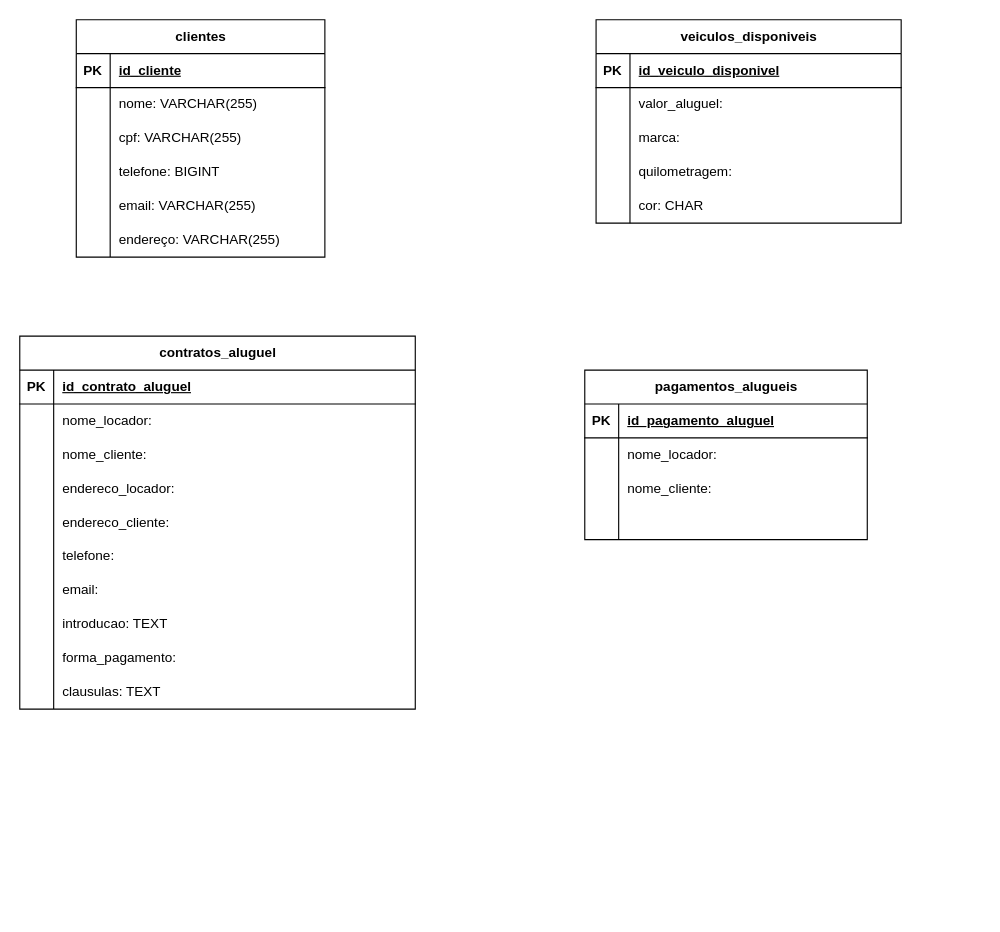
Before: Atividade Prática - Sistema de Locadora de Veículos.drawio in RenanSMA/3-Semestre, a draw.io diagram. Source tidied: cells renumbered, new cells numbered last; positions are measured from the earlier drawing's top-left corner, leaving out a move shared by most shapes. Both pictures are drawn from the tidied source at 113%, with x=0, y=0 at pixel (19, 19).
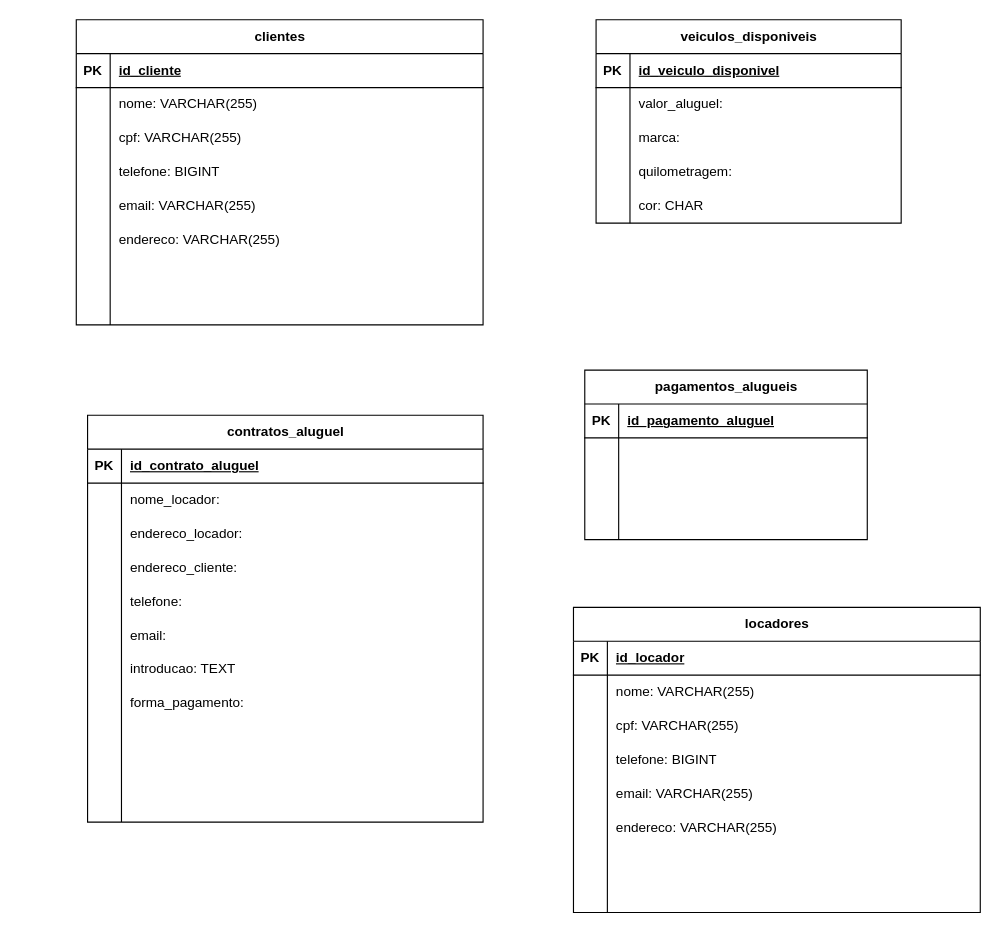
Above is the later version.

The change refers to these unchanged cells:
```xml
<mxCell id="72" style="shape=tableRow;horizontal=0;startSize=0;swimlaneHead=0;swimlaneBody=0;fillColor=none;top=0;left=0;right=0;bottom=0;" parent="68" vertex="1">
  <mxGeometry y="60" width="250" height="30" as="geometry" />
</mxCell>
<mxCell id="75" style="shape=tableRow;horizontal=0;startSize=0;swimlaneHead=0;swimlaneBody=0;fillColor=none;top=0;left=0;right=0;bottom=0;" parent="68" vertex="1">
  <mxGeometry y="90" width="250" height="30" as="geometry" />
</mxCell>
```

Change to the diagram source:
```diff
@@
     <mxCell id="2" value="clientes" style="shape=table;startSize=30;childLayout=tableLayout;rowLines=0;fontStyle=1;align=center;html=1;" parent="1" vertex="1">
-      <mxGeometry x="50" width="220" height="210" as="geometry" />
+      <mxGeometry x="50" width="360" height="270" as="geometry" />
     </mxCell>
     <mxCell id="3" style="shape=tableRow;horizontal=0;startSize=0;swimlaneHead=0;swimlaneBody=0;fillColor=none;top=0;left=0;right=0;bottom=1;" parent="2" vertex="1">
-      <mxGeometry y="30" width="220" height="30" as="geometry" />
+      <mxGeometry y="30" width="360" height="30" as="geometry" />
     </mxCell>
@@
     <mxCell id="5" value="id_cliente" style="shape=partialRectangle;fillColor=none;top=0;left=0;bottom=0;right=0;align=left;spacingLeft=6;fontStyle=5;overflow=hidden;whiteSpace=wrap;html=1;" parent="3" vertex="1">
-      <mxGeometry x="30" width="190" height="30" as="geometry" />
+      <mxGeometry x="30" width="330" height="30" as="geometry" />
     </mxCell>
     <mxCell id="6" style="shape=tableRow;horizontal=0;startSize=0;swimlaneHead=0;swimlaneBody=0;fillColor=none;top=0;left=0;right=0;bottom=0;" parent="2" vertex="1">
-      <mxGeometry y="60" width="220" height="30" as="geometry" />
+      <mxGeometry y="60" width="360" height="30" as="geometry" />
     </mxCell>
@@
     <mxCell id="8" value="nome: VARCHAR(255)" style="shape=partialRectangle;fillColor=none;top=0;left=0;bottom=0;right=0;align=left;spacingLeft=6;overflow=hidden;whiteSpace=wrap;html=1;" parent="6" vertex="1">
-      <mxGeometry x="30" width="190" height="30" as="geometry" />
+      <mxGeometry x="30" width="330" height="30" as="geometry" />
     </mxCell>
     <mxCell id="9" style="shape=tableRow;horizontal=0;startSize=0;swimlaneHead=0;swimlaneBody=0;fillColor=none;top=0;left=0;right=0;bottom=0;" parent="2" vertex="1">
-      <mxGeometry y="90" width="220" height="30" as="geometry" />
+      <mxGeometry y="90" width="360" height="30" as="geometry" />
     </mxCell>
@@
     <mxCell id="11" value="cpf: VARCHAR(255)" style="shape=partialRectangle;fillColor=none;top=0;left=0;bottom=0;right=0;align=left;spacingLeft=6;overflow=hidden;whiteSpace=wrap;html=1;" parent="9" vertex="1">
-      <mxGeometry x="30" width="190" height="30" as="geometry" />
+      <mxGeometry x="30" width="330" height="30" as="geometry" />
     </mxCell>
     <mxCell id="12" style="shape=tableRow;horizontal=0;startSize=0;swimlaneHead=0;swimlaneBody=0;fillColor=none;top=0;left=0;right=0;bottom=0;" parent="2" vertex="1">
-      <mxGeometry y="120" width="220" height="30" as="geometry" />
+      <mxGeometry y="120" width="360" height="30" as="geometry" />
     </mxCell>
@@
     <mxCell id="14" value="telefone: BIGINT" style="shape=partialRectangle;fillColor=none;top=0;left=0;bottom=0;right=0;align=left;spacingLeft=6;overflow=hidden;whiteSpace=wrap;html=1;" parent="12" vertex="1">
-      <mxGeometry x="30" width="190" height="30" as="geometry" />
+      <mxGeometry x="30" width="330" height="30" as="geometry" />
     </mxCell>
     <mxCell id="15" style="shape=tableRow;horizontal=0;startSize=0;swimlaneHead=0;swimlaneBody=0;fillColor=none;top=0;left=0;right=0;bottom=0;" parent="2" vertex="1">
-      <mxGeometry y="150" width="220" height="30" as="geometry" />
+      <mxGeometry y="150" width="360" height="30" as="geometry" />
     </mxCell>
@@
     <mxCell id="17" value="email: VARCHAR(255)" style="shape=partialRectangle;fillColor=none;top=0;left=0;bottom=0;right=0;align=left;spacingLeft=6;overflow=hidden;whiteSpace=wrap;html=1;" parent="15" vertex="1">
-      <mxGeometry x="30" width="190" height="30" as="geometry" />
+      <mxGeometry x="30" width="330" height="30" as="geometry" />
     </mxCell>
     <mxCell id="18" style="shape=tableRow;horizontal=0;startSize=0;swimlaneHead=0;swimlaneBody=0;fillColor=none;top=0;left=0;right=0;bottom=0;" parent="2" vertex="1">
-      <mxGeometry y="180" width="220" height="30" as="geometry" />
+      <mxGeometry y="180" width="360" height="30" as="geometry" />
     </mxCell>
@@
-    <mxCell id="20" value="endereço: VARCHAR(255)" style="shape=partialRectangle;fillColor=none;top=0;left=0;bottom=0;right=0;align=left;spacingLeft=6;overflow=hidden;whiteSpace=wrap;html=1;" parent="18" vertex="1">
-      <mxGeometry x="30" width="190" height="30" as="geometry" />
+    <mxCell id="20" value="endereco: VARCHAR(255)" style="shape=partialRectangle;fillColor=none;top=0;left=0;bottom=0;right=0;align=left;spacingLeft=6;overflow=hidden;whiteSpace=wrap;html=1;" parent="18" vertex="1">
+      <mxGeometry x="30" width="330" height="30" as="geometry" />
     </mxCell>
+    <mxCell id="81" style="shape=tableRow;horizontal=0;startSize=0;swimlaneHead=0;swimlaneBody=0;fillColor=none;top=0;left=0;right=0;bottom=0;" parent="2" vertex="1">
+      <mxGeometry y="210" width="360" height="30" as="geometry" />
+    </mxCell>
+    <mxCell id="82" style="shape=partialRectangle;fillColor=none;top=0;left=0;bottom=0;right=0;overflow=hidden;whiteSpace=wrap;html=1;" parent="81" vertex="1">
+      <mxGeometry width="30" height="30" as="geometry" />
+    </mxCell>
+    <mxCell id="83" style="shape=partialRectangle;fillColor=none;top=0;left=0;bottom=0;right=0;align=left;spacingLeft=6;overflow=hidden;whiteSpace=wrap;html=1;" parent="81" vertex="1">
+      <mxGeometry x="30" width="330" height="30" as="geometry" />
+    </mxCell>
+    <mxCell id="84" style="shape=tableRow;horizontal=0;startSize=0;swimlaneHead=0;swimlaneBody=0;fillColor=none;top=0;left=0;right=0;bottom=0;" parent="2" vertex="1">
+      <mxGeometry y="240" width="360" height="30" as="geometry" />
+    </mxCell>
+    <mxCell id="85" style="shape=partialRectangle;fillColor=none;top=0;left=0;bottom=0;right=0;overflow=hidden;whiteSpace=wrap;html=1;" parent="84" vertex="1">
+      <mxGeometry width="30" height="30" as="geometry" />
+    </mxCell>
+    <mxCell id="86" style="shape=partialRectangle;fillColor=none;top=0;left=0;bottom=0;right=0;align=left;spacingLeft=6;overflow=hidden;whiteSpace=wrap;html=1;" parent="84" vertex="1">
+      <mxGeometry x="30" width="330" height="30" as="geometry" />
+    </mxCell>
@@
     <mxCell id="37" value="contratos_aluguel" style="shape=table;startSize=30;childLayout=tableLayout;rowLines=0;fontStyle=1;align=center;html=1;" parent="1" vertex="1">
-      <mxGeometry y="280" width="350" height="330" as="geometry" />
+      <mxGeometry x="60" y="350" width="350" height="360" as="geometry" />
     </mxCell>
@@
-    <mxCell id="44" style="shape=tableRow;horizontal=0;startSize=0;swimlaneHead=0;swimlaneBody=0;fillColor=none;top=0;left=0;right=0;bottom=0;" parent="37" vertex="1">
-      <mxGeometry y="90" width="350" height="30" as="geometry" />
-    </mxCell>
-    <mxCell id="45" style="shape=partialRectangle;fillColor=none;top=0;left=0;bottom=0;right=0;overflow=hidden;whiteSpace=wrap;html=1;" parent="44" vertex="1">
-      <mxGeometry width="30" height="30" as="geometry" />
-    </mxCell>
-    <mxCell id="46" value="nome_cliente:" style="shape=partialRectangle;fillColor=none;top=0;left=0;bottom=0;right=0;align=left;spacingLeft=6;overflow=hidden;whiteSpace=wrap;html=1;" parent="44" vertex="1">
-      <mxGeometry x="30" width="320" height="30" as="geometry" />
-    </mxCell>
     <mxCell id="47" style="shape=tableRow;horizontal=0;startSize=0;swimlaneHead=0;swimlaneBody=0;fillColor=none;top=0;left=0;right=0;bottom=0;" parent="37" vertex="1">
-      <mxGeometry y="120" width="350" height="30" as="geometry" />
+      <mxGeometry y="90" width="350" height="30" as="geometry" />
     </mxCell>
@@
     <mxCell id="50" style="shape=tableRow;horizontal=0;startSize=0;swimlaneHead=0;swimlaneBody=0;fillColor=none;top=0;left=0;right=0;bottom=0;" parent="37" vertex="1">
-      <mxGeometry y="150" width="350" height="30" as="geometry" />
+      <mxGeometry y="120" width="350" height="30" as="geometry" />
     </mxCell>
@@
     <mxCell id="53" style="shape=tableRow;horizontal=0;startSize=0;swimlaneHead=0;swimlaneBody=0;fillColor=none;top=0;left=0;right=0;bottom=0;" parent="37" vertex="1">
-      <mxGeometry y="180" width="350" height="30" as="geometry" />
+      <mxGeometry y="150" width="350" height="30" as="geometry" />
     </mxCell>
@@
     <mxCell id="56" style="shape=tableRow;horizontal=0;startSize=0;swimlaneHead=0;swimlaneBody=0;fillColor=none;top=0;left=0;right=0;bottom=0;" parent="37" vertex="1">
-      <mxGeometry y="210" width="350" height="30" as="geometry" />
+      <mxGeometry y="180" width="350" height="30" as="geometry" />
     </mxCell>
@@
     <mxCell id="59" style="shape=tableRow;horizontal=0;startSize=0;swimlaneHead=0;swimlaneBody=0;fillColor=none;top=0;left=0;right=0;bottom=0;" parent="37" vertex="1">
-      <mxGeometry y="240" width="350" height="30" as="geometry" />
+      <mxGeometry y="210" width="350" height="30" as="geometry" />
     </mxCell>
@@
     <mxCell id="62" style="shape=tableRow;horizontal=0;startSize=0;swimlaneHead=0;swimlaneBody=0;fillColor=none;top=0;left=0;right=0;bottom=0;" parent="37" vertex="1">
-      <mxGeometry y="270" width="350" height="30" as="geometry" />
+      <mxGeometry y="240" width="350" height="30" as="geometry" />
     </mxCell>
@@
     <mxCell id="65" style="shape=tableRow;horizontal=0;startSize=0;swimlaneHead=0;swimlaneBody=0;fillColor=none;top=0;left=0;right=0;bottom=0;" parent="37" vertex="1">
-      <mxGeometry y="300" width="350" height="30" as="geometry" />
+      <mxGeometry y="270" width="350" height="30" as="geometry" />
     </mxCell>
@@
-    <mxCell id="67" value="clausulas: TEXT" style="shape=partialRectangle;fillColor=none;top=0;left=0;bottom=0;right=0;align=left;spacingLeft=6;overflow=hidden;whiteSpace=wrap;html=1;" parent="65" vertex="1">
+    <mxCell id="67" style="shape=partialRectangle;fillColor=none;top=0;left=0;bottom=0;right=0;align=left;spacingLeft=6;overflow=hidden;whiteSpace=wrap;html=1;" parent="65" vertex="1">
       <mxGeometry x="30" width="320" height="30" as="geometry" />
     </mxCell>
+    <mxCell id="87" style="shape=tableRow;horizontal=0;startSize=0;swimlaneHead=0;swimlaneBody=0;fillColor=none;top=0;left=0;right=0;bottom=0;" parent="37" vertex="1">
+      <mxGeometry y="300" width="350" height="30" as="geometry" />
+    </mxCell>
+    <mxCell id="88" style="shape=partialRectangle;fillColor=none;top=0;left=0;bottom=0;right=0;overflow=hidden;whiteSpace=wrap;html=1;" parent="87" vertex="1">
+      <mxGeometry width="30" height="30" as="geometry" />
+    </mxCell>
+    <mxCell id="89" style="shape=partialRectangle;fillColor=none;top=0;left=0;bottom=0;right=0;align=left;spacingLeft=6;overflow=hidden;whiteSpace=wrap;html=1;" parent="87" vertex="1">
+      <mxGeometry x="30" width="320" height="30" as="geometry" />
+    </mxCell>
+    <mxCell id="90" style="shape=tableRow;horizontal=0;startSize=0;swimlaneHead=0;swimlaneBody=0;fillColor=none;top=0;left=0;right=0;bottom=0;" parent="37" vertex="1">
+      <mxGeometry y="330" width="350" height="30" as="geometry" />
+    </mxCell>
+    <mxCell id="91" style="shape=partialRectangle;fillColor=none;top=0;left=0;bottom=0;right=0;overflow=hidden;whiteSpace=wrap;html=1;" parent="90" vertex="1">
+      <mxGeometry width="30" height="30" as="geometry" />
+    </mxCell>
+    <mxCell id="92" style="shape=partialRectangle;fillColor=none;top=0;left=0;bottom=0;right=0;align=left;spacingLeft=6;overflow=hidden;whiteSpace=wrap;html=1;" parent="90" vertex="1">
+      <mxGeometry x="30" width="320" height="30" as="geometry" />
+    </mxCell>
@@
-    <mxCell id="74" value="nome_locador:" style="shape=partialRectangle;fillColor=none;top=0;left=0;bottom=0;right=0;align=left;spacingLeft=6;overflow=hidden;whiteSpace=wrap;html=1;" parent="72" vertex="1">
+    <mxCell id="74" style="shape=partialRectangle;fillColor=none;top=0;left=0;bottom=0;right=0;align=left;spacingLeft=6;overflow=hidden;whiteSpace=wrap;html=1;" parent="72" vertex="1">
       <mxGeometry x="30" width="220" height="30" as="geometry" />
     </mxCell>
@@
-    <mxCell id="77" value="nome_cliente:" style="shape=partialRectangle;fillColor=none;top=0;left=0;bottom=0;right=0;align=left;spacingLeft=6;overflow=hidden;whiteSpace=wrap;html=1;" parent="75" vertex="1">
+    <mxCell id="77" style="shape=partialRectangle;fillColor=none;top=0;left=0;bottom=0;right=0;align=left;spacingLeft=6;overflow=hidden;whiteSpace=wrap;html=1;" parent="75" vertex="1">
       <mxGeometry x="30" width="220" height="30" as="geometry" />
     </mxCell>
@@
+    <mxCell id="93" value="locadores" style="shape=table;startSize=30;childLayout=tableLayout;rowLines=0;fontStyle=1;align=center;html=1;" parent="1" vertex="1">
+      <mxGeometry x="490" y="520" width="360" height="270" as="geometry" />
+    </mxCell>
+    <mxCell id="94" style="shape=tableRow;horizontal=0;startSize=0;swimlaneHead=0;swimlaneBody=0;fillColor=none;top=0;left=0;right=0;bottom=1;" parent="93" vertex="1">
+      <mxGeometry y="30" width="360" height="30" as="geometry" />
+    </mxCell>
+    <mxCell id="95" value="PK" style="shape=partialRectangle;fillColor=none;top=0;left=0;bottom=0;right=0;fontStyle=1;overflow=hidden;whiteSpace=wrap;html=1;" parent="94" vertex="1">
+      <mxGeometry width="30" height="30" as="geometry" />
+    </mxCell>
+    <mxCell id="96" value="id_locador" style="shape=partialRectangle;fillColor=none;top=0;left=0;bottom=0;right=0;align=left;spacingLeft=6;fontStyle=5;overflow=hidden;whiteSpace=wrap;html=1;" parent="94" vertex="1">
+      <mxGeometry x="30" width="330" height="30" as="geometry" />
+    </mxCell>
+    <mxCell id="97" style="shape=tableRow;horizontal=0;startSize=0;swimlaneHead=0;swimlaneBody=0;fillColor=none;top=0;left=0;right=0;bottom=0;" parent="93" vertex="1">
+      <mxGeometry y="60" width="360" height="30" as="geometry" />
+    </mxCell>
+    <mxCell id="98" style="shape=partialRectangle;fillColor=none;top=0;left=0;bottom=0;right=0;overflow=hidden;whiteSpace=wrap;html=1;" parent="97" vertex="1">
+      <mxGeometry width="30" height="30" as="geometry" />
+    </mxCell>
+    <mxCell id="99" value="nome: VARCHAR(255)" style="shape=partialRectangle;fillColor=none;top=0;left=0;bottom=0;right=0;align=left;spacingLeft=6;overflow=hidden;whiteSpace=wrap;html=1;" parent="97" vertex="1">
+      <mxGeometry x="30" width="330" height="30" as="geometry" />
+    </mxCell>
+    <mxCell id="100" style="shape=tableRow;horizontal=0;startSize=0;swimlaneHead=0;swimlaneBody=0;fillColor=none;top=0;left=0;right=0;bottom=0;" parent="93" vertex="1">
+      <mxGeometry y="90" width="360" height="30" as="geometry" />
+    </mxCell>
+    <mxCell id="101" style="shape=partialRectangle;fillColor=none;top=0;left=0;bottom=0;right=0;overflow=hidden;whiteSpace=wrap;html=1;" parent="100" vertex="1">
+      <mxGeometry width="30" height="30" as="geometry" />
+    </mxCell>
+    <mxCell id="102" value="cpf: VARCHAR(255)" style="shape=partialRectangle;fillColor=none;top=0;left=0;bottom=0;right=0;align=left;spacingLeft=6;overflow=hidden;whiteSpace=wrap;html=1;" parent="100" vertex="1">
+      <mxGeometry x="30" width="330" height="30" as="geometry" />
+    </mxCell>
+    <mxCell id="103" style="shape=tableRow;horizontal=0;startSize=0;swimlaneHead=0;swimlaneBody=0;fillColor=none;top=0;left=0;right=0;bottom=0;" parent="93" vertex="1">
+      <mxGeometry y="120" width="360" height="30" as="geometry" />
+    </mxCell>
+    <mxCell id="104" style="shape=partialRectangle;fillColor=none;top=0;left=0;bottom=0;right=0;overflow=hidden;whiteSpace=wrap;html=1;" parent="103" vertex="1">
+      <mxGeometry width="30" height="30" as="geometry" />
+    </mxCell>
+    <mxCell id="105" value="telefone: BIGINT" style="shape=partialRectangle;fillColor=none;top=0;left=0;bottom=0;right=0;align=left;spacingLeft=6;overflow=hidden;whiteSpace=wrap;html=1;" parent="103" vertex="1">
+      <mxGeometry x="30" width="330" height="30" as="geometry" />
+    </mxCell>
+    <mxCell id="106" style="shape=tableRow;horizontal=0;startSize=0;swimlaneHead=0;swimlaneBody=0;fillColor=none;top=0;left=0;right=0;bottom=0;" parent="93" vertex="1">
+      <mxGeometry y="150" width="360" height="30" as="geometry" />
+    </mxCell>
+    <mxCell id="107" style="shape=partialRectangle;fillColor=none;top=0;left=0;bottom=0;right=0;overflow=hidden;whiteSpace=wrap;html=1;" parent="106" vertex="1">
+      <mxGeometry width="30" height="30" as="geometry" />
+    </mxCell>
+    <mxCell id="108" value="email: VARCHAR(255)" style="shape=partialRectangle;fillColor=none;top=0;left=0;bottom=0;right=0;align=left;spacingLeft=6;overflow=hidden;whiteSpace=wrap;html=1;" parent="106" vertex="1">
+      <mxGeometry x="30" width="330" height="30" as="geometry" />
+    </mxCell>
+    <mxCell id="109" style="shape=tableRow;horizontal=0;startSize=0;swimlaneHead=0;swimlaneBody=0;fillColor=none;top=0;left=0;right=0;bottom=0;" parent="93" vertex="1">
+      <mxGeometry y="180" width="360" height="30" as="geometry" />
+    </mxCell>
+    <mxCell id="110" style="shape=partialRectangle;fillColor=none;top=0;left=0;bottom=0;right=0;overflow=hidden;whiteSpace=wrap;html=1;" parent="109" vertex="1">
+      <mxGeometry width="30" height="30" as="geometry" />
+    </mxCell>
+    <mxCell id="111" value="endereco: VARCHAR(255)" style="shape=partialRectangle;fillColor=none;top=0;left=0;bottom=0;right=0;align=left;spacingLeft=6;overflow=hidden;whiteSpace=wrap;html=1;" parent="109" vertex="1">
+      <mxGeometry x="30" width="330" height="30" as="geometry" />
+    </mxCell>
+    <mxCell id="112" style="shape=tableRow;horizontal=0;startSize=0;swimlaneHead=0;swimlaneBody=0;fillColor=none;top=0;left=0;right=0;bottom=0;" parent="93" vertex="1">
+      <mxGeometry y="210" width="360" height="30" as="geometry" />
+    </mxCell>
+    <mxCell id="113" style="shape=partialRectangle;fillColor=none;top=0;left=0;bottom=0;right=0;overflow=hidden;whiteSpace=wrap;html=1;" parent="112" vertex="1">
+      <mxGeometry width="30" height="30" as="geometry" />
+    </mxCell>
+    <mxCell id="114" style="shape=partialRectangle;fillColor=none;top=0;left=0;bottom=0;right=0;align=left;spacingLeft=6;overflow=hidden;whiteSpace=wrap;html=1;" parent="112" vertex="1">
+      <mxGeometry x="30" width="330" height="30" as="geometry" />
+    </mxCell>
+    <mxCell id="115" style="shape=tableRow;horizontal=0;startSize=0;swimlaneHead=0;swimlaneBody=0;fillColor=none;top=0;left=0;right=0;bottom=0;" parent="93" vertex="1">
+      <mxGeometry y="240" width="360" height="30" as="geometry" />
+    </mxCell>
+    <mxCell id="116" style="shape=partialRectangle;fillColor=none;top=0;left=0;bottom=0;right=0;overflow=hidden;whiteSpace=wrap;html=1;" parent="115" vertex="1">
+      <mxGeometry width="30" height="30" as="geometry" />
+    </mxCell>
+    <mxCell id="117" style="shape=partialRectangle;fillColor=none;top=0;left=0;bottom=0;right=0;align=left;spacingLeft=6;overflow=hidden;whiteSpace=wrap;html=1;" parent="115" vertex="1">
+      <mxGeometry x="30" width="330" height="30" as="geometry" />
+    </mxCell>
```
